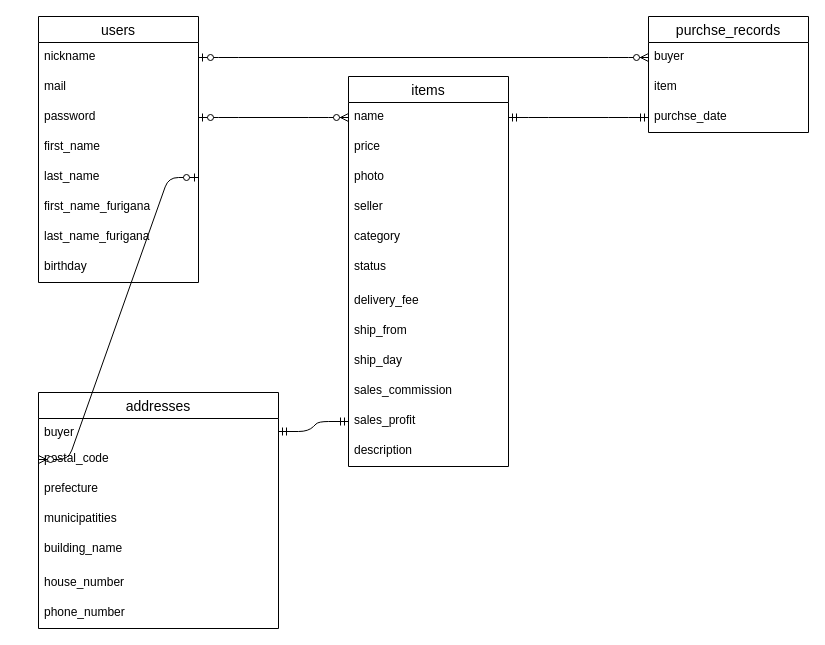
Above: config/furima.dio in kiki0718/furima-28656 (draw.io), before the change. Source tidied: cells renumbered, new cells numbered last; positions are measured from the earlier drawing's top-left corner, leaving out a move shared by most shapes. Both pictures are drawn from the tidied source at 100%, with x=0, y=0 at pixel (38, 16).
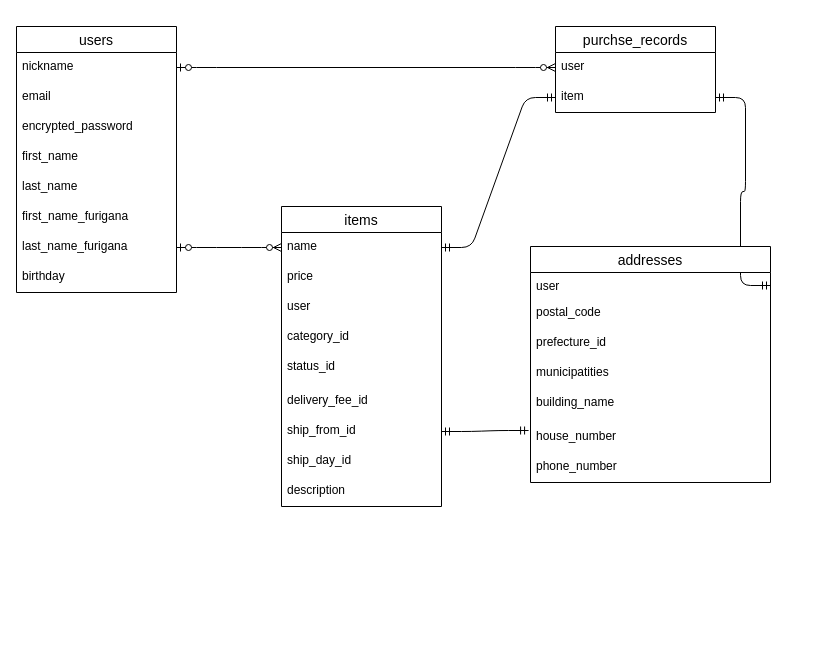
The same diagram, later.

Unchanged cells that the change refers to:
```xml
<mxCell id="3" value="nickname" style="text;strokeColor=none;fillColor=none;spacingLeft=4;spacingRight=4;overflow=hidden;points=[[0,0.5],[1,0.5]];portConstraint=eastwest;fontSize=12;" parent="2" vertex="1">
  <mxGeometry y="26" width="160" height="30" as="geometry" />
</mxCell>
<mxCell id="7" value="last_name" style="text;strokeColor=none;fillColor=none;spacingLeft=4;spacingRight=4;overflow=hidden;points=[[0,0.5],[1,0.5]];portConstraint=eastwest;fontSize=12;" parent="2" vertex="1">
  <mxGeometry y="146" width="160" height="30" as="geometry" />
</mxCell>
<mxCell id="9" value="last_name_furigana" style="text;strokeColor=none;fillColor=none;spacingLeft=4;spacingRight=4;overflow=hidden;points=[[0,0.5],[1,0.5]];portConstraint=eastwest;fontSize=12;" parent="2" vertex="1">
  <mxGeometry y="206" width="160" height="30" as="geometry" />
</mxCell>
<mxCell id="14" value="item" style="text;strokeColor=none;fillColor=none;spacingLeft=4;spacingRight=4;overflow=hidden;points=[[0,0.5],[1,0.5]];portConstraint=eastwest;fontSize=12;" parent="12" vertex="1">
  <mxGeometry y="56" width="160" height="30" as="geometry" />
</mxCell>
<mxCell id="17" value="name" style="text;strokeColor=none;fillColor=none;spacingLeft=4;spacingRight=4;overflow=hidden;points=[[0,0.5],[1,0.5]];portConstraint=eastwest;fontSize=12;" parent="16" vertex="1">
  <mxGeometry y="26" width="160" height="30" as="geometry" />
</mxCell>
<mxCell id="32" value="postal_code" style="text;strokeColor=none;fillColor=none;spacingLeft=4;spacingRight=4;overflow=hidden;points=[[0,0.5],[1,0.5]];portConstraint=eastwest;fontSize=12;" parent="30" vertex="1">
  <mxGeometry y="52" width="240" height="30" as="geometry" />
</mxCell>
<mxCell id="36" value="house_number" style="text;strokeColor=none;fillColor=none;spacingLeft=4;spacingRight=4;overflow=hidden;points=[[0,0.5],[1,0.5]];portConstraint=eastwest;fontSize=12;" parent="30" vertex="1">
  <mxGeometry y="176" width="240" height="30" as="geometry" />
</mxCell>
```

The edit, as a diff of the source:
```diff
@@
+    <mxCell id="11" style="edgeStyle=entityRelationEdgeStyle;fontSize=12;html=1;endArrow=ERmandOne;startArrow=ERmandOne;exitX=1;exitY=0.5;exitDx=0;exitDy=0;" parent="1" edge="1" source="17" target="14">
+      <mxGeometry relative="1" as="geometry" />
+    </mxCell>
+    <mxCell id="39" style="edgeStyle=entityRelationEdgeStyle;fontSize=12;html=1;endArrow=ERzeroToMany;startArrow=ERzeroToOne;exitX=1;exitY=0.5;exitDx=0;exitDy=0;entryX=0;entryY=0.5;entryDx=0;entryDy=0;" parent="1" edge="1" source="3" target="13">
+      <mxGeometry relative="1" as="geometry" />
+    </mxCell>
+    <mxCell id="40" style="edgeStyle=entityRelationEdgeStyle;fontSize=12;html=1;endArrow=ERzeroToMany;startArrow=ERzeroToOne;exitX=1;exitY=0.5;exitDx=0;exitDy=0;entryX=0;entryY=0.5;entryDx=0;entryDy=0;" parent="1" edge="1" source="9" target="17">
+      <mxGeometry relative="1" as="geometry" />
+    </mxCell>
+    <mxCell id="41" style="edgeStyle=entityRelationEdgeStyle;fontSize=12;html=1;endArrow=ERmandOne;startArrow=ERmandOne;entryX=-0.008;entryY=0.267;entryDx=0;entryDy=0;entryPerimeter=0;exitX=1;exitY=0.5;exitDx=0;exitDy=0;" parent="1" edge="1" source="24" target="36">
+      <mxGeometry relative="1" as="geometry" />
+    </mxCell>
+    <mxCell id="42" style="edgeStyle=entityRelationEdgeStyle;fontSize=12;html=1;endArrow=ERmandOne;startArrow=ERmandOne;exitX=1;exitY=0.5;exitDx=0;exitDy=0;" parent="1" edge="1" source="31" target="14">
+      <mxGeometry relative="1" as="geometry" />
+    </mxCell>
     <mxCell id="2" value="users" style="swimlane;fontStyle=0;horizontal=1;startSize=26;align=center;fontSize=14;" parent="1" vertex="1">
-      <mxGeometry width="160" height="266" as="geometry" />
+      <mxGeometry x="-22" y="10" width="160" height="266" as="geometry" />
     </mxCell>
@@
-    <mxCell id="4" value="mail" style="text;strokeColor=none;fillColor=none;spacingLeft=4;spacingRight=4;overflow=hidden;fontSize=12;" parent="2" vertex="1">
+    <mxCell id="4" value="email" style="text;strokeColor=none;fillColor=none;spacingLeft=4;spacingRight=4;overflow=hidden;fontSize=12;" parent="2" vertex="1">
       <mxGeometry y="56" width="160" height="30" as="geometry" />
     </mxCell>
-    <mxCell id="5" value="password" style="text;strokeColor=none;fillColor=none;spacingLeft=4;spacingRight=4;overflow=hidden;points=[[0,0.5],[1,0.5]];portConstraint=eastwest;fontSize=12;" parent="2" vertex="1">
+    <mxCell id="5" value="encrypted_password" style="text;strokeColor=none;fillColor=none;spacingLeft=4;spacingRight=4;overflow=hidden;points=[[0,0.5],[1,0.5]];portConstraint=eastwest;fontSize=12;" parent="2" vertex="1">
       <mxGeometry y="86" width="160" height="30" as="geometry" />
     </mxCell>
@@
-    <mxCell id="11" style="edgeStyle=entityRelationEdgeStyle;fontSize=12;html=1;endArrow=ERmandOne;startArrow=ERmandOne;exitX=1;exitY=0.5;exitDx=0;exitDy=0;entryX=0;entryY=0.5;entryDx=0;entryDy=0;" parent="1" edge="1" source="17" target="15">
-      <mxGeometry relative="1" as="geometry" />
-    </mxCell>
     <mxCell id="12" value="purchse_records" style="swimlane;fontStyle=0;horizontal=1;startSize=26;align=center;fontSize=14;" parent="1" vertex="1">
-      <mxGeometry x="610" width="160" height="116" as="geometry" />
+      <mxGeometry x="517" y="10" width="160" height="86" as="geometry" />
     </mxCell>
-    <mxCell id="13" value="buyer" style="text;strokeColor=none;fillColor=none;spacingLeft=4;spacingRight=4;overflow=hidden;points=[[0,0.5],[1,0.5]];portConstraint=eastwest;fontSize=12;" parent="12" vertex="1">
+    <mxCell id="13" value="user" style="text;strokeColor=none;fillColor=none;spacingLeft=4;spacingRight=4;overflow=hidden;points=[[0,0.5],[1,0.5]];portConstraint=eastwest;fontSize=12;" parent="12" vertex="1">
       <mxGeometry y="26" width="160" height="30" as="geometry" />
     </mxCell>
@@
-    <mxCell id="15" value="purchse_date" style="text;strokeColor=none;fillColor=none;spacingLeft=4;spacingRight=4;overflow=hidden;points=[[0,0.5],[1,0.5]];portConstraint=eastwest;fontSize=12;" parent="12" vertex="1">
-      <mxGeometry y="86" width="160" height="30" as="geometry" />
-    </mxCell>
     <mxCell id="16" value="items" style="swimlane;fontStyle=0;horizontal=1;startSize=26;align=center;fontSize=14;" parent="1" vertex="1">
-      <mxGeometry x="310" y="60" width="160" height="390" as="geometry" />
+      <mxGeometry x="243" y="190" width="160" height="300" as="geometry" />
     </mxCell>
@@
-    <mxCell id="19" value="photo" style="text;strokeColor=none;fillColor=none;spacingLeft=4;spacingRight=4;overflow=hidden;fontSize=12;" parent="16" vertex="1">
-      <mxGeometry y="86" width="160" height="30" as="geometry" />
-    </mxCell>
-    <mxCell id="20" value="seller" style="text;strokeColor=none;fillColor=none;spacingLeft=4;spacingRight=4;overflow=hidden;fontSize=12;" parent="16" vertex="1">
-      <mxGeometry y="116" width="160" height="30" as="geometry" />
+    <mxCell id="20" value="user" style="text;strokeColor=none;fillColor=none;spacingLeft=4;spacingRight=4;overflow=hidden;fontSize=12;" parent="16" vertex="1">
+      <mxGeometry y="86" width="160" height="30" as="geometry" />
     </mxCell>
-    <mxCell id="21" value="category" style="text;strokeColor=none;fillColor=none;spacingLeft=4;spacingRight=4;overflow=hidden;fontSize=12;" parent="16" vertex="1">
-      <mxGeometry y="146" width="160" height="30" as="geometry" />
+    <mxCell id="21" value="category_id" style="text;strokeColor=none;fillColor=none;spacingLeft=4;spacingRight=4;overflow=hidden;fontSize=12;" parent="16" vertex="1">
+      <mxGeometry y="116" width="160" height="30" as="geometry" />
     </mxCell>
-    <mxCell id="22" value="status" style="text;strokeColor=none;fillColor=none;spacingLeft=4;spacingRight=4;overflow=hidden;fontSize=12;" parent="16" vertex="1">
-      <mxGeometry y="176" width="160" height="34" as="geometry" />
+    <mxCell id="22" value="status_id" style="text;strokeColor=none;fillColor=none;spacingLeft=4;spacingRight=4;overflow=hidden;fontSize=12;" parent="16" vertex="1">
+      <mxGeometry y="146" width="160" height="34" as="geometry" />
     </mxCell>
-    <mxCell id="23" value="delivery_fee" style="text;strokeColor=none;fillColor=none;spacingLeft=4;spacingRight=4;overflow=hidden;fontSize=12;" parent="16" vertex="1">
-      <mxGeometry y="210" width="160" height="30" as="geometry" />
+    <mxCell id="23" value="delivery_fee_id" style="text;strokeColor=none;fillColor=none;spacingLeft=4;spacingRight=4;overflow=hidden;fontSize=12;" parent="16" vertex="1">
+      <mxGeometry y="180" width="160" height="30" as="geometry" />
     </mxCell>
-    <mxCell id="24" value="ship_from" style="text;strokeColor=none;fillColor=none;spacingLeft=4;spacingRight=4;overflow=hidden;points=[[0,0.5],[1,0.5]];portConstraint=eastwest;fontSize=12;" parent="16" vertex="1">
-      <mxGeometry y="240" width="160" height="30" as="geometry" />
+    <mxCell id="24" value="ship_from_id" style="text;strokeColor=none;fillColor=none;spacingLeft=4;spacingRight=4;overflow=hidden;points=[[0,0.5],[1,0.5]];portConstraint=eastwest;fontSize=12;" parent="16" vertex="1">
+      <mxGeometry y="210" width="160" height="30" as="geometry" />
     </mxCell>
-    <mxCell id="25" value="ship_day" style="text;strokeColor=none;fillColor=none;spacingLeft=4;spacingRight=4;overflow=hidden;fontSize=12;" parent="16" vertex="1">
-      <mxGeometry y="270" width="160" height="30" as="geometry" />
+    <mxCell id="25" value="ship_day_id" style="text;strokeColor=none;fillColor=none;spacingLeft=4;spacingRight=4;overflow=hidden;fontSize=12;" parent="16" vertex="1">
+      <mxGeometry y="240" width="160" height="30" as="geometry" />
     </mxCell>
-    <mxCell id="26" value="sales_commission" style="text;strokeColor=none;fillColor=none;spacingLeft=4;spacingRight=4;overflow=hidden;fontSize=12;" parent="16" vertex="1">
-      <mxGeometry y="300" width="160" height="30" as="geometry" />
-    </mxCell>
-    <mxCell id="27" value="sales_profit" style="text;strokeColor=none;fillColor=none;spacingLeft=4;spacingRight=4;overflow=hidden;points=[[0,0.5],[1,0.5]];portConstraint=eastwest;fontSize=12;" parent="16" vertex="1">
-      <mxGeometry y="330" width="160" height="30" as="geometry" />
-    </mxCell>
     <mxCell id="28" value="description" style="text;strokeColor=none;fillColor=none;spacingLeft=4;spacingRight=4;overflow=hidden;fontSize=12;" parent="16" vertex="1">
-      <mxGeometry y="360" width="160" height="30" as="geometry" />
+      <mxGeometry y="270" width="160" height="30" as="geometry" />
     </mxCell>
-    <mxCell id="29" style="edgeStyle=entityRelationEdgeStyle;fontSize=12;html=1;endArrow=ERmandOne;startArrow=ERmandOne;entryX=0;entryY=0.5;entryDx=0;entryDy=0;exitX=1;exitY=0.5;exitDx=0;exitDy=0;" parent="1" edge="1" source="31" target="27">
-      <mxGeometry relative="1" as="geometry" />
-    </mxCell>
     <mxCell id="30" value="addresses" style="swimlane;fontStyle=0;horizontal=1;startSize=26;align=center;fontSize=14;" parent="1" vertex="1">
-      <mxGeometry y="376" width="240" height="236" as="geometry" />
+      <mxGeometry x="492" y="230" width="240" height="236" as="geometry" />
     </mxCell>
-    <mxCell id="31" value="buyer" style="text;strokeColor=none;fillColor=none;spacingLeft=4;spacingRight=4;overflow=hidden;points=[[0,0.5],[1,0.5]];portConstraint=eastwest;fontSize=12;" parent="30" vertex="1">
+    <mxCell id="31" value="user" style="text;strokeColor=none;fillColor=none;spacingLeft=4;spacingRight=4;overflow=hidden;points=[[0,0.5],[1,0.5]];portConstraint=eastwest;fontSize=12;" parent="30" vertex="1">
       <mxGeometry y="26" width="240" height="26" as="geometry" />
     </mxCell>
@@
-    <mxCell id="33" value="prefecture" style="text;strokeColor=none;fillColor=none;spacingLeft=4;spacingRight=4;overflow=hidden;fontSize=12;" parent="30" vertex="1">
+    <mxCell id="33" value="prefecture_id" style="text;strokeColor=none;fillColor=none;spacingLeft=4;spacingRight=4;overflow=hidden;fontSize=12;" parent="30" vertex="1">
       <mxGeometry y="82" width="240" height="30" as="geometry" />
     </mxCell>
@@
-    <mxCell id="38" style="edgeStyle=entityRelationEdgeStyle;fontSize=12;html=1;endArrow=ERzeroToMany;startArrow=ERzeroToOne;exitX=1;exitY=0.5;exitDx=0;exitDy=0;entryX=0;entryY=0.5;entryDx=0;entryDy=0;" parent="1" edge="1" source="7" target="32">
-      <mxGeometry relative="1" as="geometry" />
-    </mxCell>
-    <mxCell id="39" style="edgeStyle=entityRelationEdgeStyle;fontSize=12;html=1;endArrow=ERzeroToMany;startArrow=ERzeroToOne;exitX=1;exitY=0.5;exitDx=0;exitDy=0;entryX=0;entryY=0.5;entryDx=0;entryDy=0;" parent="1" edge="1" source="3" target="13">
-      <mxGeometry relative="1" as="geometry" />
-    </mxCell>
-    <mxCell id="40" style="edgeStyle=entityRelationEdgeStyle;fontSize=12;html=1;endArrow=ERzeroToMany;startArrow=ERzeroToOne;exitX=1;exitY=0.5;exitDx=0;exitDy=0;entryX=0;entryY=0.5;entryDx=0;entryDy=0;" parent="1" edge="1" source="5" target="17">
-      <mxGeometry relative="1" as="geometry" />
-    </mxCell>
```
